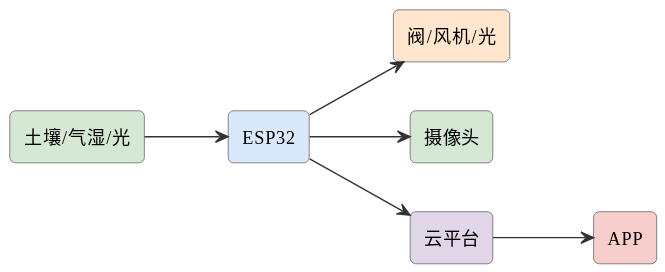
Before: assets/diagrams/ideas-fig15.svg, a diagram exported from PlantUML (mingyi0818/IntelligentMcuCourse). Source of this version:
```plantuml
@startuml
skinparam defaultFontName "Microsoft YaHei"
skinparam rectangleRoundCorner 8
skinparam rectangleBorderColor #555
skinparam rectangleFontSize 13
skinparam arrowFontSize 11
skinparam arrowColor #333
left to right direction
rectangle "土壤/气湿/光" as s #d5e8d4
rectangle "ESP32" as esp #dae8fc
rectangle "阀/风机/光" as act #ffe6cc
rectangle "摄像头" as cam #d5e8d4
rectangle "云平台" as cloud #e1d5e8
rectangle "APP" as app #f8cecc
s --> esp
esp --> act
esp --> cam
esp --> cloud
cloud --> app
@enduml
```
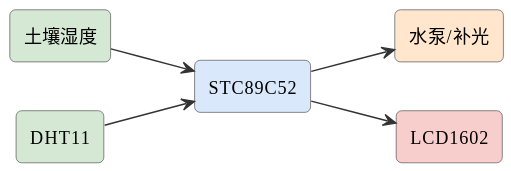
After the commit.

The edit, as a diff of the source:
```diff
@@ -6,15 +6,13 @@
 skinparam arrowFontSize 11
 skinparam arrowColor #333
 left to right direction
-rectangle "土壤/气湿/光" as s #d5e8d4
-rectangle "ESP32" as esp #dae8fc
-rectangle "阀/风机/光" as act #ffe6cc
-rectangle "摄像头" as cam #d5e8d4
-rectangle "云平台" as cloud #e1d5e8
-rectangle "APP" as app #f8cecc
-s --> esp
-esp --> act
-esp --> cam
-esp --> cloud
-cloud --> app
+rectangle "土壤湿度" as soil #d5e8d4
+rectangle "DHT11" as dht #d5e8d4
+rectangle "STC89C52" as mcu #dae8fc
+rectangle "水泵/补光" as pump #ffe6cc
+rectangle "LCD1602" as lcd #f8cecc
+soil --> mcu
+dht --> mcu
+mcu --> pump
+mcu --> lcd
 @enduml
```
